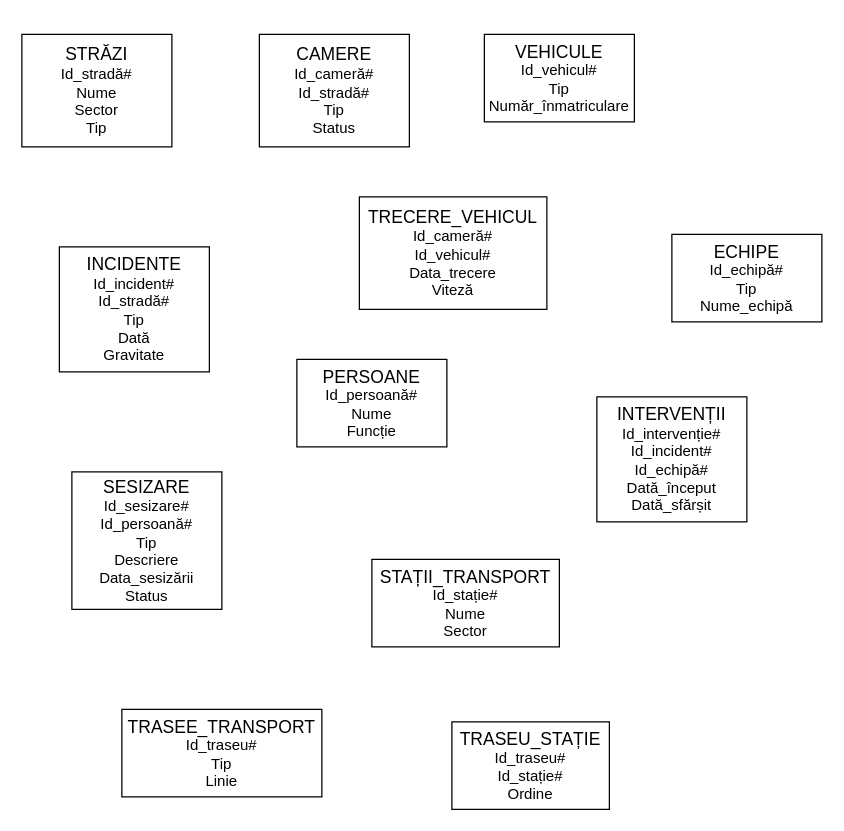
GabreanuR/University-Work keeps this draw.io diagram as Year1/Semester2/Databases/My_Work/Courses/Diagramă fără titlu.drawio. Above is the earlier version. Source tidied: cells renumbered, new cells numbered last; positions are measured from the earlier drawing's top-left corner, leaving out a move shared by most shapes. Both pictures are drawn from the tidied source at 125%, with x=0, y=0 at pixel (21, 34).
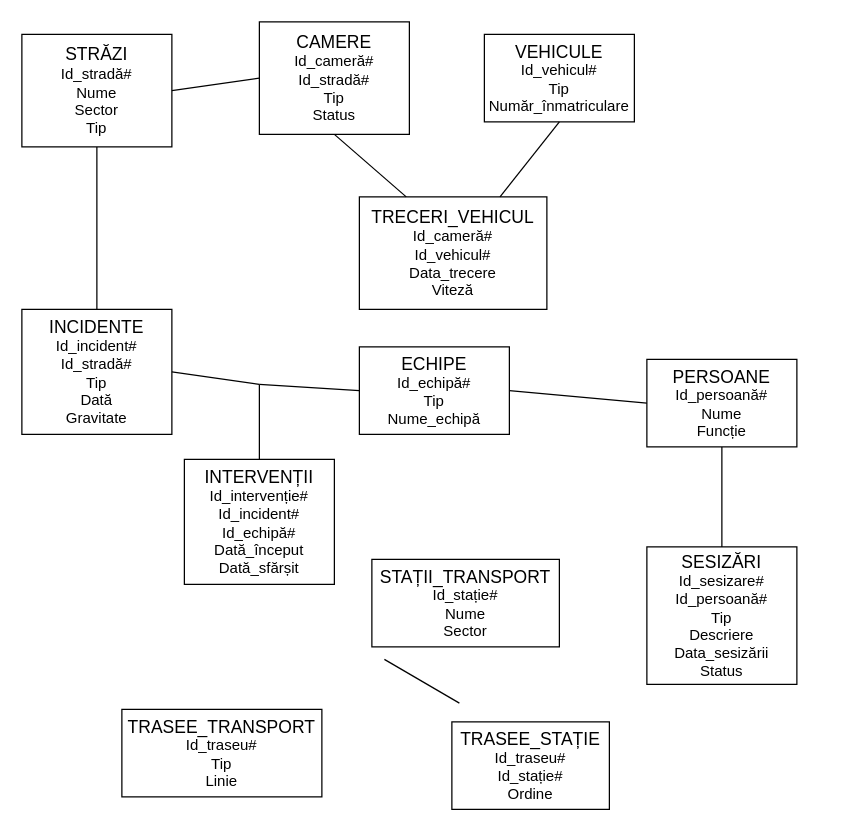
The same page after the edit.

Unchanged cells that the change refers to:
```xml
<mxCell id="2" value="&lt;font style=&quot;font-size: 14px;&quot;&gt;STRĂZI&lt;/font&gt;&lt;div&gt;Id_stradă#&lt;/div&gt;&lt;div&gt;Nume&lt;/div&gt;&lt;div&gt;Sector&lt;/div&gt;&lt;div&gt;Tip&lt;/div&gt;" style="rounded=0;whiteSpace=wrap;html=1;" parent="1" vertex="1">
  <mxGeometry width="120" height="90" as="geometry" />
</mxCell>
<mxCell id="4" value="&lt;font style=&quot;font-size: 14px;&quot;&gt;VEHICULE&lt;/font&gt;&lt;div&gt;Id_vehicul#&lt;/div&gt;&lt;div&gt;Tip&lt;/div&gt;&lt;div&gt;Număr_înmatriculare&lt;/div&gt;" style="whiteSpace=wrap;html=1;" parent="1" vertex="1">
  <mxGeometry x="370" width="120" height="70" as="geometry" />
</mxCell>
```

The edit, as a diff of the source:
```diff
@@
     <mxCell id="3" value="&lt;font style=&quot;font-size: 14px;&quot;&gt;CAMERE&lt;/font&gt;&lt;div&gt;&lt;font style=&quot;font-size: 12px;&quot;&gt;Id_cameră#&lt;/font&gt;&lt;/div&gt;&lt;div&gt;&lt;font style=&quot;font-size: 12px;&quot;&gt;Id_stradă#&lt;/font&gt;&lt;/div&gt;&lt;div&gt;Tip&lt;/div&gt;&lt;div&gt;Status&lt;/div&gt;" style="whiteSpace=wrap;html=1;" parent="1" vertex="1">
-      <mxGeometry x="190" width="120" height="90" as="geometry" />
+      <mxGeometry x="190" y="-10" width="120" height="90" as="geometry" />
     </mxCell>
@@
-    <mxCell id="5" value="&lt;font style=&quot;font-size: 14px;&quot;&gt;TRECERE_VEHICUL&lt;/font&gt;&lt;div&gt;Id_cameră#&lt;/div&gt;&lt;div&gt;Id_vehicul#&lt;/div&gt;&lt;div&gt;Data_trecere&lt;/div&gt;&lt;div&gt;Viteză&lt;/div&gt;" style="whiteSpace=wrap;html=1;" parent="1" vertex="1">
+    <mxCell id="5" value="&lt;font style=&quot;font-size: 14px;&quot;&gt;TRECERI_VEHICUL&lt;/font&gt;&lt;div&gt;Id_cameră#&lt;/div&gt;&lt;div&gt;Id_vehicul#&lt;/div&gt;&lt;div&gt;Data_trecere&lt;/div&gt;&lt;div&gt;Viteză&lt;/div&gt;" style="whiteSpace=wrap;html=1;" parent="1" vertex="1">
       <mxGeometry x="270" y="130" width="150" height="90" as="geometry" />
     </mxCell>
     <mxCell id="6" value="&lt;font style=&quot;font-size: 14px;&quot;&gt;INCIDENTE&lt;/font&gt;&lt;div&gt;Id_incident#&lt;/div&gt;&lt;div&gt;Id_stradă#&lt;/div&gt;&lt;div&gt;Tip&lt;/div&gt;&lt;div&gt;Dată&lt;/div&gt;&lt;div&gt;Gravitate&lt;/div&gt;" style="rounded=0;whiteSpace=wrap;html=1;" parent="1" vertex="1">
-      <mxGeometry x="30" y="170" width="120" height="100" as="geometry" />
+      <mxGeometry y="220" width="120" height="100" as="geometry" />
     </mxCell>
     <mxCell id="7" value="&lt;font style=&quot;font-size: 14px;&quot;&gt;ECHIPE&lt;/font&gt;&lt;div&gt;Id_echipă#&lt;/div&gt;&lt;div&gt;Tip&lt;/div&gt;&lt;div&gt;Nume_echipă&lt;/div&gt;" style="whiteSpace=wrap;html=1;" parent="1" vertex="1">
-      <mxGeometry x="520" y="160" width="120" height="70" as="geometry" />
+      <mxGeometry x="270" y="250" width="120" height="70" as="geometry" />
     </mxCell>
     <mxCell id="8" value="&lt;font style=&quot;font-size: 14px;&quot;&gt;PERSOANE&lt;/font&gt;&lt;div&gt;Id_persoană#&lt;/div&gt;&lt;div&gt;Nume&lt;/div&gt;&lt;div&gt;Funcție&lt;/div&gt;" style="whiteSpace=wrap;html=1;" parent="1" vertex="1">
-      <mxGeometry x="220" y="260" width="120" height="70" as="geometry" />
+      <mxGeometry x="500" y="260" width="120" height="70" as="geometry" />
     </mxCell>
     <mxCell id="9" value="&lt;font style=&quot;font-size: 14px;&quot;&gt;INTERVENȚII&lt;/font&gt;&lt;div&gt;Id_intervenție#&lt;/div&gt;&lt;div&gt;Id_incident#&lt;/div&gt;&lt;div&gt;Id_echipă#&lt;/div&gt;&lt;div&gt;Dată_început&lt;/div&gt;&lt;div&gt;Dată_sfărșit&lt;/div&gt;" style="rounded=0;whiteSpace=wrap;html=1;" parent="1" vertex="1">
-      <mxGeometry x="460" y="290" width="120" height="100" as="geometry" />
+      <mxGeometry x="130" y="340" width="120" height="100" as="geometry" />
     </mxCell>
-    <mxCell id="10" value="&lt;div&gt;&lt;span style=&quot;font-size: 14px;&quot;&gt;SESIZARE&lt;/span&gt;&lt;/div&gt;&lt;div&gt;Id_sesizare#&lt;/div&gt;&lt;div&gt;Id_persoană#&lt;/div&gt;&lt;div&gt;Tip&lt;/div&gt;&lt;div&gt;Descriere&lt;/div&gt;&lt;div&gt;Data_sesizării&lt;/div&gt;&lt;div&gt;Status&lt;/div&gt;" style="rounded=0;whiteSpace=wrap;html=1;" parent="1" vertex="1">
-      <mxGeometry x="40" y="350" width="120" height="110" as="geometry" />
+    <mxCell id="10" value="&lt;div&gt;&lt;span style=&quot;font-size: 14px;&quot;&gt;SESIZĂRI&lt;/span&gt;&lt;/div&gt;&lt;div&gt;Id_sesizare#&lt;/div&gt;&lt;div&gt;Id_persoană#&lt;/div&gt;&lt;div&gt;Tip&lt;/div&gt;&lt;div&gt;Descriere&lt;/div&gt;&lt;div&gt;Data_sesizării&lt;/div&gt;&lt;div&gt;Status&lt;/div&gt;" style="rounded=0;whiteSpace=wrap;html=1;" parent="1" vertex="1">
+      <mxGeometry x="500" y="410" width="120" height="110" as="geometry" />
     </mxCell>
@@
-    <mxCell id="13" value="&lt;font style=&quot;font-size: 14px;&quot;&gt;TRASEU_STAȚIE&lt;/font&gt;&lt;div&gt;Id_traseu#&lt;/div&gt;&lt;div&gt;Id_stație#&lt;/div&gt;&lt;div&gt;Ordine&lt;/div&gt;" style="rounded=0;whiteSpace=wrap;html=1;" parent="1" vertex="1">
+    <mxCell id="13" value="&lt;font style=&quot;font-size: 14px;&quot;&gt;TRASEE_STAȚIE&lt;/font&gt;&lt;div&gt;Id_traseu#&lt;/div&gt;&lt;div&gt;Id_stație#&lt;/div&gt;&lt;div&gt;Ordine&lt;/div&gt;" style="rounded=0;whiteSpace=wrap;html=1;" parent="1" vertex="1">
       <mxGeometry x="344" y="550" width="126" height="70" as="geometry" />
     </mxCell>
+    <mxCell id="14" style="endArrow=none;html=1;rounded=0;exitX=0.5;exitY=1;exitDx=0;exitDy=0;entryX=0.25;entryY=0;entryDx=0;entryDy=0;" parent="1" edge="1" source="3" target="5">
+      <mxGeometry relative="1" as="geometry" />
+    </mxCell>
+    <mxCell id="15" style="endArrow=none;html=1;rounded=0;exitX=1;exitY=0.5;exitDx=0;exitDy=0;entryX=0;entryY=0.5;entryDx=0;entryDy=0;" parent="1" edge="1" source="2" target="3">
+      <mxGeometry relative="1" as="geometry" />
+    </mxCell>
+    <mxCell id="16" style="endArrow=none;html=1;rounded=0;exitX=0.5;exitY=1;exitDx=0;exitDy=0;entryX=0.75;entryY=0;entryDx=0;entryDy=0;" parent="1" edge="1" source="4" target="5">
+      <mxGeometry relative="1" as="geometry" />
+    </mxCell>
+    <mxCell id="17" style="endArrow=none;html=1;rounded=0;exitX=0.5;exitY=1;exitDx=0;exitDy=0;entryX=0.5;entryY=0;entryDx=0;entryDy=0;" parent="1" edge="1" source="2" target="6">
+      <mxGeometry relative="1" as="geometry" />
+    </mxCell>
+    <mxCell id="18" style="endArrow=none;html=1;rounded=0;exitX=1;exitY=0.5;exitDx=0;exitDy=0;" parent="1" edge="1" source="6">
+      <mxGeometry relative="1" as="geometry">
+        <mxPoint x="190" y="280" as="targetPoint" />
+      </mxGeometry>
+    </mxCell>
+    <mxCell id="19" style="endArrow=none;html=1;rounded=0;entryX=0.5;entryY=0;entryDx=0;entryDy=0;" parent="1" edge="1" target="9">
+      <mxGeometry relative="1" as="geometry">
+        <mxPoint x="190" y="280" as="sourcePoint" />
+      </mxGeometry>
+    </mxCell>
+    <mxCell id="20" style="endArrow=none;html=1;rounded=0;exitX=1;exitY=0.5;exitDx=0;exitDy=0;entryX=0;entryY=0.5;entryDx=0;entryDy=0;" parent="1" edge="1" source="7" target="8">
+      <mxGeometry relative="1" as="geometry" />
+    </mxCell>
+    <mxCell id="21" style="endArrow=none;html=1;rounded=0;entryX=0;entryY=0.5;entryDx=0;entryDy=0;" parent="1" edge="1" target="7">
+      <mxGeometry relative="1" as="geometry">
+        <mxPoint x="190" y="280" as="sourcePoint" />
+      </mxGeometry>
+    </mxCell>
+    <mxCell id="22" style="endArrow=none;html=1;rounded=0;exitX=0.5;exitY=1;exitDx=0;exitDy=0;entryX=0.5;entryY=0;entryDx=0;entryDy=0;" parent="1" edge="1" source="8" target="10">
+      <mxGeometry relative="1" as="geometry" />
+    </mxCell>
+    <mxCell id="23" style="endArrow=none;html=1;rounded=0;exitX=1;exitY=0.5;exitDx=0;exitDy=0;" parent="1" edge="1">
+      <mxGeometry relative="1" as="geometry">
+        <mxPoint x="290" y="500" as="sourcePoint" />
+        <mxPoint x="350" y="535" as="targetPoint" />
+      </mxGeometry>
+    </mxCell>
```
